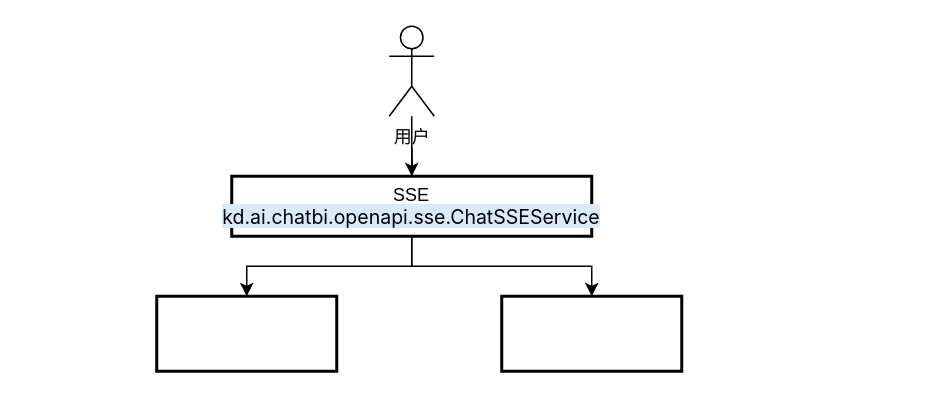
Above: ChatBI主要流程图.drawio in zousiquan/design-drawing (draw.io), before the change. Source tidied: cells renumbered, new cells numbered last; positions are measured from the earlier drawing's top-left corner, leaving out a move shared by most shapes. Both pictures are drawn from the tidied source at 150%, with x=0, y=0 at pixel (156, 26).
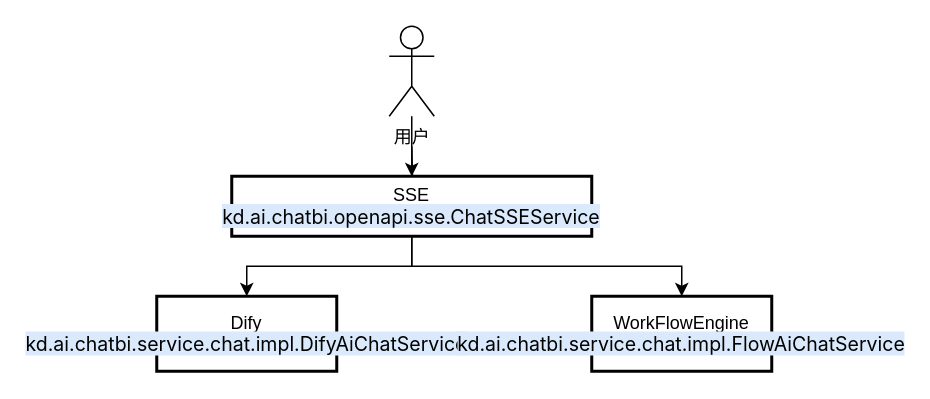
The same diagram, later.

Commit message (it also covers changes not shown here):
更新ChatBI主要流程图.drawio

Change to the diagram source:
```diff
@@
 <mxGraphModel>
   <root>
     <mxCell id="0" />
     <mxCell id="1" parent="0" />
     <mxCell id="2" style="edgeStyle=orthogonalEdgeStyle;rounded=0;jettySize=auto;html=1;" parent="1" edge="1" target="4">
       <mxGeometry relative="1" as="geometry">
         <mxPoint x="170" y="80" as="sourcePoint" />
       </mxGeometry>
     </mxCell>
     <mxCell id="3" style="edgeStyle=orthogonalEdgeStyle;rounded=0;jettySize=auto;html=1;" parent="1" edge="1" source="4" target="7">
       <mxGeometry relative="1" as="geometry" />
     </mxCell>
     <mxCell id="4" value="SSE&lt;div&gt;&lt;span style=&quot;font-family: -apple-system, BlinkMacSystemFont, Arial, &amp;quot;Microsoft YaHei&amp;quot;, &amp;quot;Microsoft JhengHei&amp;quot;, &amp;quot;Helvetica Neue&amp;quot;, sans-serif; font-size: 13px; text-align: start; white-space: pre-wrap; background-color: rgb(218, 234, 252);&quot;&gt;kd.ai.chatbi.openapi.sse.ChatSSEService&lt;/span&gt;&lt;br&gt;&lt;/div&gt;" style="whiteSpace=wrap;html=1;strokeWidth=2;" parent="1" vertex="1">
       <mxGeometry x="50" y="100" width="240" height="40" as="geometry" />
     </mxCell>
     <mxCell id="5" style="edgeStyle=orthogonalEdgeStyle;rounded=0;jettySize=auto;html=1;" parent="1" edge="1" source="6" target="4">
       <mxGeometry relative="1" as="geometry" />
     </mxCell>
     <mxCell id="6" value="用户" style="shape=umlActor;verticalLabelPosition=bottom;verticalAlign=top;html=1;outlineConnect=0;" parent="1" vertex="1">
       <mxGeometry x="155" width="30" height="60" as="geometry" />
     </mxCell>
-    <mxCell id="7" style="whiteSpace=wrap;html=1;strokeWidth=2;" parent="1" vertex="1">
+    <mxCell id="7" value="Dify&lt;div&gt;&lt;span style=&quot;font-family: -apple-system, BlinkMacSystemFont, Arial, &amp;quot;Microsoft YaHei&amp;quot;, &amp;quot;Microsoft JhengHei&amp;quot;, &amp;quot;Helvetica Neue&amp;quot;, sans-serif; font-size: 13px; text-align: start; white-space: pre-wrap; background-color: rgb(218, 234, 252);&quot;&gt;kd.ai.chatbi.service.chat.impl.DifyAiChatService&lt;/span&gt;&lt;br&gt;&lt;/div&gt;" style="whiteSpace=wrap;html=1;strokeWidth=2;" parent="1" vertex="1">
       <mxGeometry y="180" width="120" height="50" as="geometry" />
     </mxCell>
-    <mxCell id="8" style="whiteSpace=wrap;html=1;strokeWidth=2;" parent="1" vertex="1">
-      <mxGeometry x="230" y="180" width="120" height="50" as="geometry" />
+    <mxCell id="8" value="WorkFlowEngine&lt;div&gt;&lt;span style=&quot;font-family: -apple-system, BlinkMacSystemFont, Arial, &amp;quot;Microsoft YaHei&amp;quot;, &amp;quot;Microsoft JhengHei&amp;quot;, &amp;quot;Helvetica Neue&amp;quot;, sans-serif; font-size: 13px; text-align: start; white-space: pre-wrap; background-color: rgb(218, 234, 252);&quot;&gt;kd.ai.chatbi.service.chat.impl.FlowAiChatService&lt;/span&gt;&lt;br&gt;&lt;/div&gt;" style="whiteSpace=wrap;html=1;strokeWidth=2;" parent="1" vertex="1">
+      <mxGeometry x="290" y="180" width="120" height="50" as="geometry" />
     </mxCell>
     <mxCell id="9" style="endArrow=classic;html=1;rounded=0;exitX=0.5;exitY=1;exitDx=0;exitDy=0;entryX=0.5;entryY=0;entryDx=0;entryDy=0;" parent="1" edge="1" source="4" target="8">
       <mxGeometry relative="1" as="geometry">
         <Array as="points">
           <mxPoint x="170" y="160" />
-          <mxPoint x="290" y="160" />
+          <mxPoint x="350" y="160" />
         </Array>
       </mxGeometry>
     </mxCell>
   </root>
 </mxGraphModel>
```
